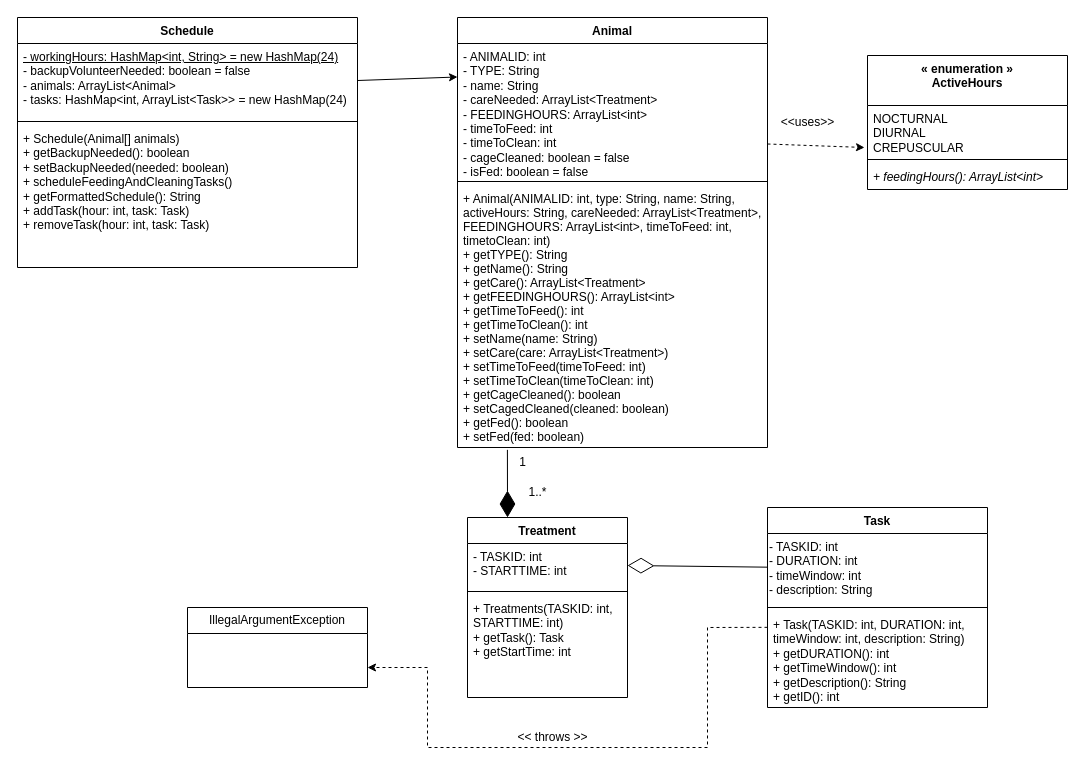
Above: 64.drawio in aryan-karadia/Mock-Schedule-Builder (draw.io), before the change. Source tidied: cells renumbered, new cells numbered last; positions are measured from the earlier drawing's top-left corner, leaving out a move shared by most shapes. Both pictures are drawn from the tidied source at 100%, with x=0, y=0 at pixel (17, 17).
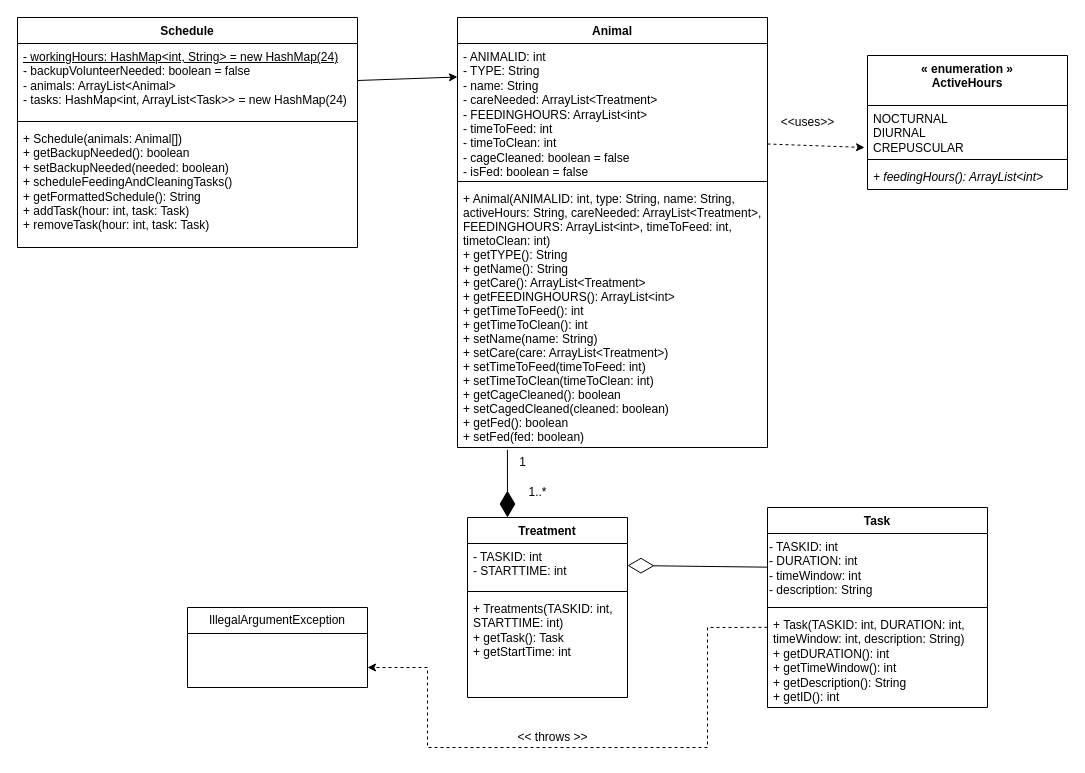
The same diagram, later.

Commit message:
Schedule Class: Modified the Schedule constructor to call the new scheduleFeedingAndCleaningTasks() method after initializing the animals list

The edit, as a diff of the source:
```diff
@@
     <mxCell id="24" value="Schedule" style="swimlane;fontStyle=1;align=center;verticalAlign=top;horizontal=1;startSize=26;whiteSpace=wrap;html=1;" parent="1" vertex="1">
-      <mxGeometry width="340" height="250" as="geometry" />
+      <mxGeometry width="340" height="230" as="geometry" />
     </mxCell>
@@
-    <mxCell id="27" value="+ Schedule(Animal[] animals)&lt;br&gt;+ getBackupNeeded(): boolean&lt;br&gt;+ setBackupNeeded(needed: boolean)&lt;br&gt;+ scheduleFeedingAndCleaningTasks()&lt;br&gt;+ getFormattedSchedule(): String&lt;br&gt;+ addTask(hour: int, task: Task)&lt;br&gt;+ removeTask(hour: int, task: Task)" style="text;strokeColor=none;fillColor=none;align=left;verticalAlign=top;spacingLeft=4;spacingRight=4;overflow=hidden;whiteSpace=wrap;html=1;" parent="24" vertex="1">
-      <mxGeometry y="108" width="340" height="142" as="geometry" />
+    <mxCell id="27" value="+ Schedule(animals: Animal[])&lt;br&gt;+ getBackupNeeded(): boolean&lt;br&gt;+ setBackupNeeded(needed: boolean)&lt;br&gt;+ scheduleFeedingAndCleaningTasks()&lt;br&gt;+ getFormattedSchedule(): String&lt;br&gt;+ addTask(hour: int, task: Task)&lt;br&gt;+ removeTask(hour: int, task: Task)" style="text;strokeColor=none;fillColor=none;align=left;verticalAlign=top;spacingLeft=4;spacingRight=4;overflow=hidden;whiteSpace=wrap;html=1;" parent="24" vertex="1">
+      <mxGeometry y="108" width="340" height="122" as="geometry" />
     </mxCell>
```
